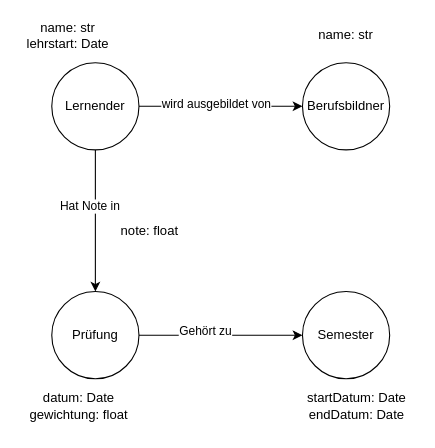
mariotraub/m165 keeps this draw.io diagram as kn-n-01/graph.drawio. Above is the earlier version. Source tidied: cells renumbered, new cells numbered last; positions are measured from the earlier drawing's top-left corner, leaving out a move shared by most shapes. Both pictures are drawn from the tidied source at 109%, with x=0, y=0 at pixel (19, 19).
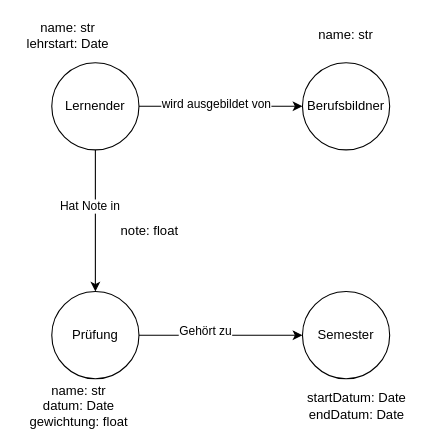
The same diagram, later.

Change to the diagram source:
```diff
@@
 <mxGraphModel>
   <root>
     <mxCell id="0" />
     <mxCell id="1" parent="0" />
     <mxCell id="2" style="edgeStyle=orthogonalEdgeStyle;rounded=0;jettySize=auto;html=1;entryX=0.5;entryY=0;entryDx=0;entryDy=0;" parent="1" edge="1" source="6" target="10">
       <mxGeometry relative="1" as="geometry" />
     </mxCell>
     <mxCell id="3" value="Hat Note in" style="edgeLabel;html=1;align=center;verticalAlign=middle;" parent="2" vertex="1">
       <mxGeometry x="-0.21" y="-6" relative="1" as="geometry" />
     </mxCell>
     <mxCell id="4" style="edgeStyle=orthogonalEdgeStyle;rounded=0;jettySize=auto;html=1;entryX=0;entryY=0.5;entryDx=0;entryDy=0;" parent="1" edge="1" source="6" target="7">
       <mxGeometry relative="1" as="geometry" />
     </mxCell>
     <mxCell id="5" value="wird ausgebildet von" style="edgeLabel;html=1;align=center;verticalAlign=middle;" parent="4" vertex="1">
       <mxGeometry x="-0.29" y="3" relative="1" as="geometry">
         <mxPoint x="17" as="offset" />
       </mxGeometry>
     </mxCell>
     <mxCell id="6" value="Lernender" style="ellipse;whiteSpace=wrap;html=1;" parent="1" vertex="1">
       <mxGeometry x="30" y="40" width="80" height="80" as="geometry" />
     </mxCell>
     <mxCell id="7" value="Berufsbildner" style="ellipse;whiteSpace=wrap;html=1;" parent="1" vertex="1">
       <mxGeometry x="260" y="40" width="80" height="80" as="geometry" />
     </mxCell>
     <mxCell id="8" style="edgeStyle=orthogonalEdgeStyle;rounded=0;jettySize=auto;html=1;entryX=0;entryY=0.5;entryDx=0;entryDy=0;" parent="1" edge="1" source="10" target="11">
       <mxGeometry relative="1" as="geometry" />
     </mxCell>
     <mxCell id="9" value="Gehört zu" style="edgeLabel;html=1;align=center;verticalAlign=middle;" parent="8" vertex="1">
       <mxGeometry x="-0.2" y="5" relative="1" as="geometry" />
     </mxCell>
     <mxCell id="10" value="Prüfung" style="ellipse;whiteSpace=wrap;html=1;" parent="1" vertex="1">
       <mxGeometry x="30" y="250" width="80" height="80" as="geometry" />
     </mxCell>
     <mxCell id="11" value="Semester" style="ellipse;whiteSpace=wrap;html=1;" parent="1" vertex="1">
       <mxGeometry x="260" y="250" width="80" height="80" as="geometry" />
     </mxCell>
     <mxCell id="12" value="name: str" style="text;html=1;align=center;verticalAlign=middle;whiteSpace=wrap;rounded=0;" parent="1" vertex="1">
       <mxGeometry x="255" width="90" height="30" as="geometry" />
     </mxCell>
     <mxCell id="13" value="name: str&lt;div&gt;lehrstart: Date&lt;/div&gt;" style="text;html=1;align=center;verticalAlign=middle;whiteSpace=wrap;rounded=0;" parent="1" vertex="1">
       <mxGeometry width="90" height="30" as="geometry" />
     </mxCell>
     <mxCell id="14" value="note: float" style="text;html=1;align=center;verticalAlign=middle;whiteSpace=wrap;rounded=0;" parent="1" vertex="1">
       <mxGeometry x="90" y="180" width="60" height="30" as="geometry" />
     </mxCell>
     <mxCell id="15" value="startDatum: Date&lt;div&gt;endDatum: Date&lt;/div&gt;" style="text;html=1;align=center;verticalAlign=middle;whiteSpace=wrap;rounded=0;" parent="1" vertex="1">
       <mxGeometry x="255" y="340" width="110" height="30" as="geometry" />
     </mxCell>
-    <mxCell id="16" value="datum: Date&lt;div&gt;gewichtung: float&lt;/div&gt;" style="text;html=1;align=center;verticalAlign=middle;whiteSpace=wrap;rounded=0;" parent="1" vertex="1">
+    <mxCell id="16" value="&lt;div&gt;name: str&lt;/div&gt;datum: Date&lt;div&gt;gewichtung: float&lt;/div&gt;" style="text;html=1;align=center;verticalAlign=middle;whiteSpace=wrap;rounded=0;" parent="1" vertex="1">
       <mxGeometry y="340" width="110" height="30" as="geometry" />
     </mxCell>
   </root>
 </mxGraphModel>
```
